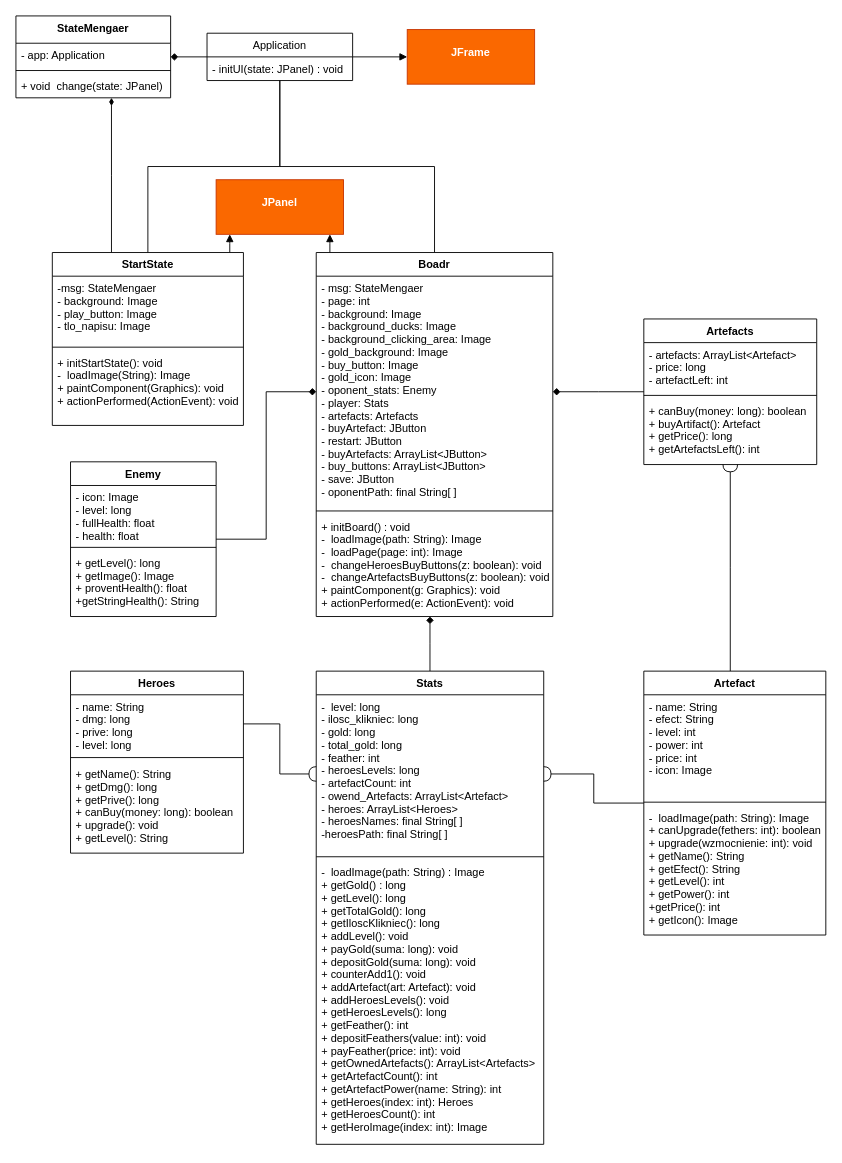
This is uml.drawio from bullyhunter1917/Duck_Clicker_Java, a draw.io file, before an edit. Source tidied: cells renumbered, new cells numbered last; positions are measured from the earlier drawing's top-left corner, leaving out a move shared by most shapes. Both pictures are drawn from the tidied source at 91%, with x=0, y=0 at pixel (15, 15).
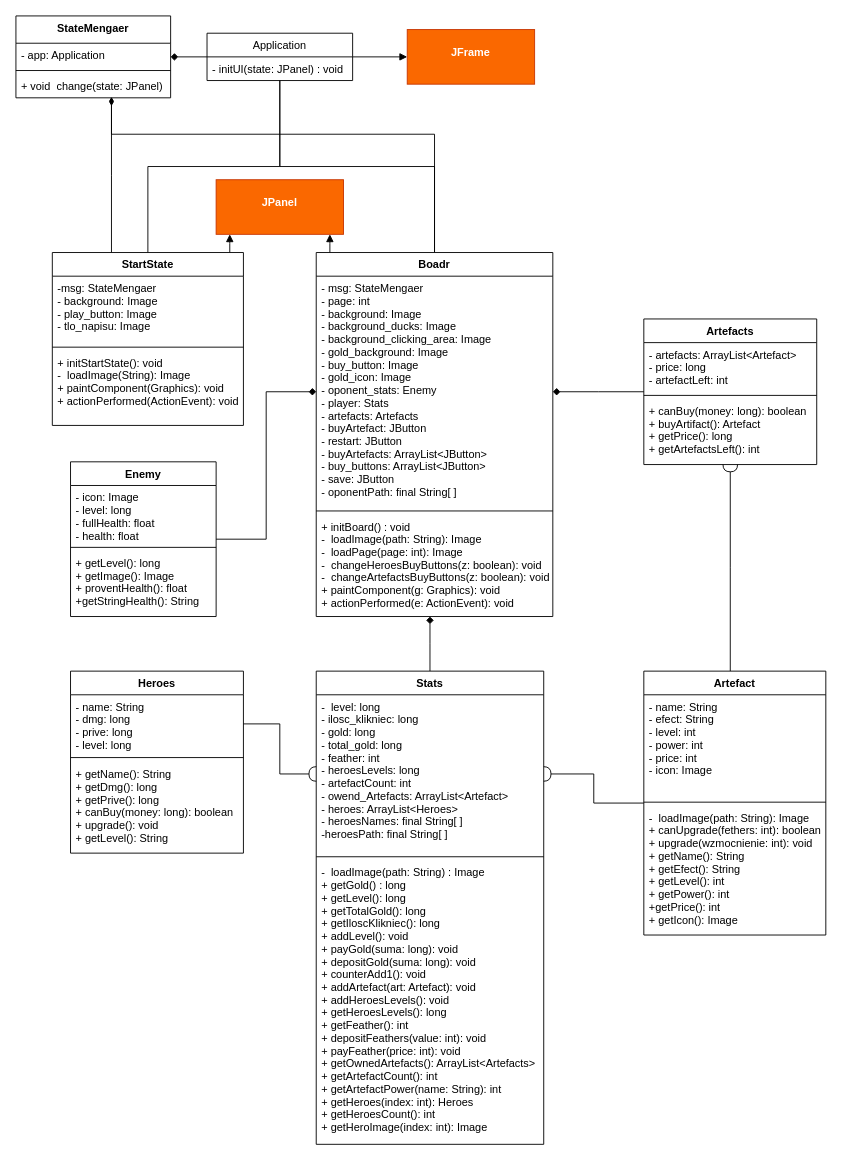
Above is the later version.

Unchanged cells that the change refers to:
```xml
<mxCell id="12" value="Boadr" style="swimlane;fontStyle=1;align=center;verticalAlign=top;horizontal=1;startSize=26;" parent="1" vertex="1">
  <mxGeometry x="330" y="260" width="260" height="400" as="geometry" />
</mxCell>
```

What changed in the source:
```diff
@@
+    <mxCell id="51" style="rounded=0;jettySize=auto;html=1;edgeStyle=elbowEdgeStyle;elbow=vertical;endArrow=diamondThin;endFill=1;" parent="1" edge="1" source="12">
+      <mxGeometry relative="1" as="geometry">
+        <mxPoint x="105" y="89" as="targetPoint" />
+        <Array as="points">
+          <mxPoint x="270" y="130" />
+        </Array>
+      </mxGeometry>
+    </mxCell>
```
